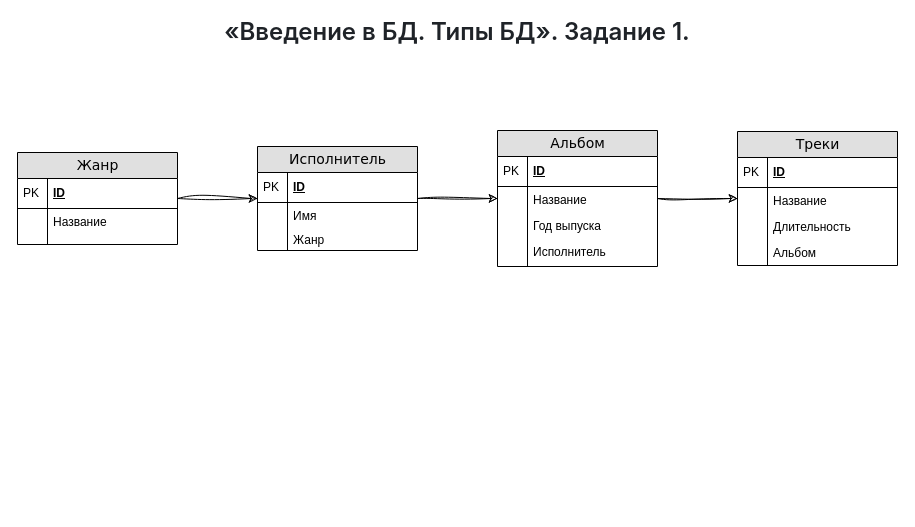
Before: Task2. Work_with_PostgresSQL.drawio in NVV2024/DataBases, a draw.io diagram. Source tidied: cells renumbered, new cells numbered last; positions are measured from the earlier drawing's top-left corner, leaving out a move shared by most shapes. Both pictures are drawn from the tidied source at 100%, with x=0, y=0 at pixel (17, 20).
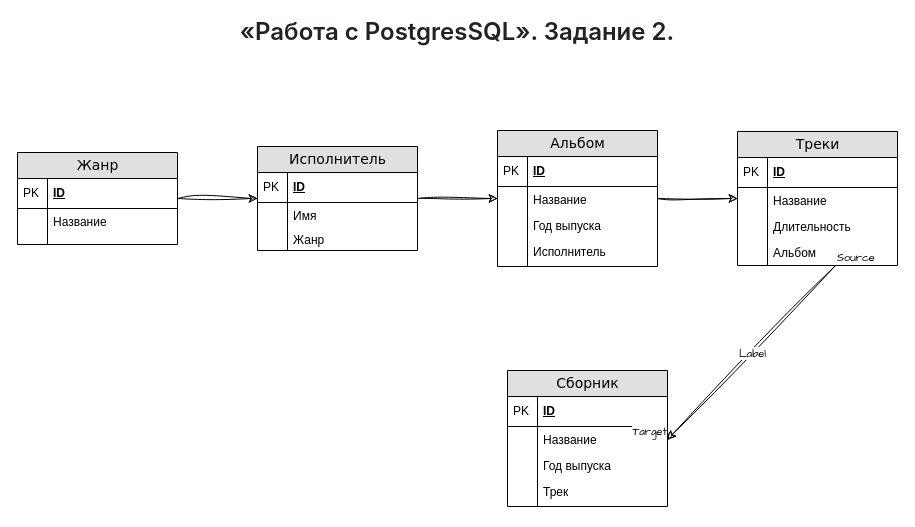
After the change.

Unchanged cells that the change refers to:
```xml
<mxCell id="38" value="Альбом" style="shape=partialRectangle;top=0;left=0;right=0;bottom=0;html=1;align=left;verticalAlign=top;fillColor=none;spacingLeft=34;spacingRight=4;whiteSpace=wrap;overflow=hidden;points=[[0,0.5],[1,0.5]];portConstraint=eastwest;textDirection=ltr;" parent="31" vertex="1">
  <mxGeometry y="108" width="160" height="26" as="geometry" />
</mxCell>
```

What changed in the source:
```diff
@@
-    <mxCell id="40" value="&lt;h1 style=&quot;box-sizing: border-box; margin-right: 0px; margin-bottom: var(--base-size-16); margin-left: 0px; font-weight: var(--base-text-weight-semibold, 600); line-height: 1.25; padding-bottom: 0.3em; border-bottom: 1px solid var(--borderColor-muted, var(--color-border-muted)); color: rgb(31, 35, 40); font-family: -apple-system, BlinkMacSystemFont, &amp;quot;Segoe UI&amp;quot;, &amp;quot;Noto Sans&amp;quot;, Helvetica, Arial, sans-serif, &amp;quot;Apple Color Emoji&amp;quot;, &amp;quot;Segoe UI Emoji&amp;quot;; text-align: start; background-color: rgb(255, 255, 255); margin-top: 0px !important;&quot; dir=&quot;auto&quot; class=&quot;heading-element&quot; tabindex=&quot;-1&quot;&gt;«Введение в БД. Типы БД». Задание 1.&lt;/h1&gt;" style="text;strokeColor=none;align=center;fillColor=none;html=1;verticalAlign=middle;whiteSpace=wrap;rounded=0;fontFamily=Architects Daughter;" parent="1" vertex="1">
+    <mxCell id="40" value="&lt;h1 style=&quot;box-sizing: border-box; margin-right: 0px; margin-bottom: var(--base-size-16); margin-left: 0px; font-weight: var(--base-text-weight-semibold, 600); line-height: 1.25; padding-bottom: 0.3em; border-bottom: 1px solid var(--borderColor-muted, var(--color-border-muted)); color: rgb(31, 35, 40); font-family: -apple-system, BlinkMacSystemFont, &amp;quot;Segoe UI&amp;quot;, &amp;quot;Noto Sans&amp;quot;, Helvetica, Arial, sans-serif, &amp;quot;Apple Color Emoji&amp;quot;, &amp;quot;Segoe UI Emoji&amp;quot;; text-align: start; background-color: rgb(255, 255, 255); margin-top: 0px !important;&quot; dir=&quot;auto&quot; class=&quot;heading-element&quot; tabindex=&quot;-1&quot;&gt;«Работа с PostgresSQL». Задание 2.&lt;/h1&gt;" style="text;strokeColor=none;align=center;fillColor=none;html=1;verticalAlign=middle;whiteSpace=wrap;rounded=0;fontFamily=Architects Daughter;" parent="1" vertex="1">
       <mxGeometry x="190" width="500" height="30" as="geometry" />
     </mxCell>
+    <mxCell id="41" value="Сборник" style="swimlane;html=1;fontStyle=0;horizontal=1;startSize=26;fillColor=#e0e0e0;swimlaneFillColor=#ffffff;align=center;rounded=0;shadow=0;comic=0;labelBackgroundColor=none;strokeWidth=1;fontFamily=Verdana;fontSize=14;textDirection=ltr;" parent="1" vertex="1">
+      <mxGeometry x="490" y="350" width="160" height="136" as="geometry" />
+    </mxCell>
+    <mxCell id="42" value="ID" style="shape=partialRectangle;top=0;left=0;right=0;bottom=1;html=1;align=left;verticalAlign=middle;fillColor=none;spacingLeft=34;spacingRight=4;whiteSpace=wrap;overflow=hidden;fontStyle=5;textDirection=ltr;" parent="41" vertex="1">
+      <mxGeometry y="26" width="160" height="30" as="geometry" />
+    </mxCell>
+    <mxCell id="43" value="PK" style="shape=partialRectangle;top=0;left=0;bottom=0;html=1;fillColor=none;align=left;verticalAlign=middle;spacingLeft=4;spacingRight=4;whiteSpace=wrap;overflow=hidden;textDirection=ltr;" parent="42" vertex="1">
+      <mxGeometry width="30" height="30" as="geometry" />
+    </mxCell>
+    <mxCell id="44" value="Название" style="shape=partialRectangle;top=0;left=0;right=0;bottom=0;html=1;align=left;verticalAlign=top;fillColor=none;spacingLeft=34;spacingRight=4;whiteSpace=wrap;overflow=hidden;points=[[0,0.5],[1,0.5]];portConstraint=eastwest;textDirection=ltr;" parent="41" vertex="1">
+      <mxGeometry y="56" width="160" height="26" as="geometry" />
+    </mxCell>
+    <mxCell id="45" style="shape=partialRectangle;top=0;left=0;bottom=0;html=1;fillColor=none;align=left;verticalAlign=top;spacingLeft=4;spacingRight=4;whiteSpace=wrap;overflow=hidden;textDirection=ltr;" parent="44" vertex="1">
+      <mxGeometry width="30" height="26" as="geometry" />
+    </mxCell>
+    <mxCell id="46" value="Год выпуска" style="shape=partialRectangle;top=0;left=0;right=0;bottom=0;html=1;align=left;verticalAlign=top;fillColor=none;spacingLeft=34;spacingRight=4;whiteSpace=wrap;overflow=hidden;textDirection=ltr;" parent="41" vertex="1">
+      <mxGeometry y="82" width="160" height="26" as="geometry" />
+    </mxCell>
+    <mxCell id="47" style="shape=partialRectangle;top=0;left=0;bottom=0;html=1;fillColor=none;align=left;verticalAlign=top;spacingLeft=4;spacingRight=4;whiteSpace=wrap;overflow=hidden;textDirection=ltr;" parent="46" vertex="1">
+      <mxGeometry width="30" height="26" as="geometry" />
+    </mxCell>
+    <mxCell id="48" value="Трек" style="shape=partialRectangle;top=0;left=0;right=0;bottom=0;html=1;align=left;verticalAlign=top;fillColor=none;spacingLeft=34;spacingRight=4;whiteSpace=wrap;overflow=hidden;textDirection=ltr;" parent="41" vertex="1">
+      <mxGeometry y="108" width="160" height="28" as="geometry" />
+    </mxCell>
+    <mxCell id="49" style="shape=partialRectangle;top=0;left=0;bottom=0;html=1;fillColor=none;align=left;verticalAlign=top;spacingLeft=4;spacingRight=4;whiteSpace=wrap;overflow=hidden;textDirection=ltr;" parent="48" vertex="1">
+      <mxGeometry width="30" height="28" as="geometry" />
+    </mxCell>
+    <mxCell id="50" style="endArrow=classic;html=1;rounded=0;sketch=1;hachureGap=4;jiggle=2;curveFitting=1;fontFamily=Architects Daughter;exitX=0.613;exitY=1;exitDx=0;exitDy=0;exitPerimeter=0;entryX=1;entryY=0.5;entryDx=0;entryDy=0;" parent="1" edge="1" source="38" target="44">
+      <mxGeometry relative="1" as="geometry" />
+    </mxCell>
+    <mxCell id="51" value="Label" style="edgeLabel;html=1;align=center;verticalAlign=middle;sketch=1;hachureGap=4;jiggle=2;curveFitting=1;fontFamily=Architects Daughter;" parent="50" vertex="1">
+      <mxGeometry relative="1" as="geometry" />
+    </mxCell>
+    <mxCell id="52" value="Source" style="edgeLabel;html=1;align=left;verticalAlign=bottom;sketch=1;hachureGap=4;jiggle=2;curveFitting=1;fontFamily=Architects Daughter;" parent="50" vertex="1">
+      <mxGeometry x="-1" relative="1" as="geometry" />
+    </mxCell>
+    <mxCell id="53" value="Target" style="edgeLabel;html=1;align=right;verticalAlign=bottom;sketch=1;hachureGap=4;jiggle=2;curveFitting=1;fontFamily=Architects Daughter;" parent="50" vertex="1">
+      <mxGeometry x="1" relative="1" as="geometry" />
+    </mxCell>
```
